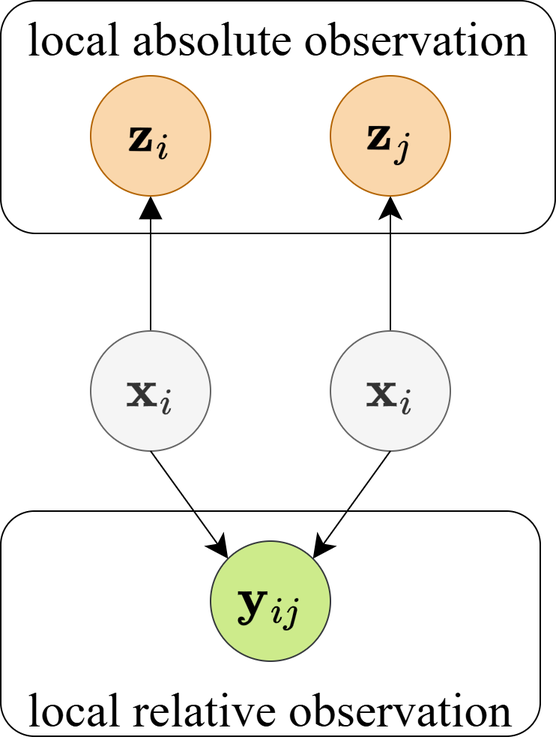
The draw.io diagram TRO.drawio.png in yifan008/drawioSaver, before a commit. Source tidied: cells renumbered, new cells last; positions are measured from the earlier drawing's top-left corner, leaving out a move shared by most shapes.
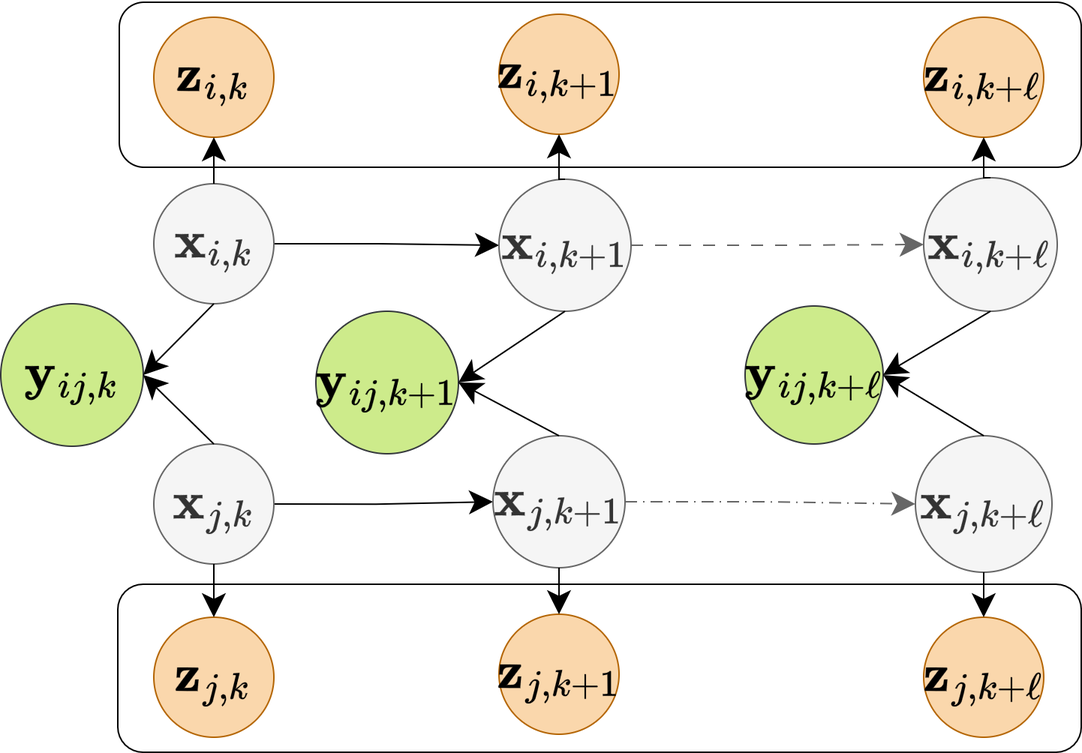
Above is the later version.

Diff of the diagram source:
```diff
@@ -2,41 +2,107 @@
   <root>
     <mxCell id="0" />
     <mxCell id="1" parent="0" />
-    <mxCell id="2" style="group;" parent="1" vertex="1">
-      <mxGeometry width="370" height="490" as="geometry" />
+    <mxCell id="2" style="rounded=1;whiteSpace=wrap;html=1;fillColor=none;" parent="1" vertex="1">
+      <mxGeometry width="642" height="112" as="geometry" />
     </mxCell>
-    <mxCell id="3" value="&lt;span style=&quot;font-family: &amp;quot;Times New Roman&amp;quot;;&quot;&gt;&lt;font style=&quot;font-size: 32px;&quot;&gt;local absolute observation&lt;/font&gt;&lt;/span&gt;&lt;div&gt;&lt;span style=&quot;font-family: &amp;quot;Times New Roman&amp;quot;; font-size: 28px;&quot;&gt;&lt;br&gt;&lt;/span&gt;&lt;/div&gt;&lt;div&gt;&lt;br&gt;&lt;/div&gt;&lt;div&gt;&lt;br&gt;&lt;/div&gt;&lt;div&gt;&lt;br&gt;&lt;/div&gt;&lt;div&gt;&lt;br&gt;&lt;/div&gt;&lt;div&gt;&lt;br&gt;&lt;/div&gt;" style="rounded=1;whiteSpace=wrap;html=1;fillColor=none;" parent="2" vertex="1">
-      <mxGeometry width="370" height="155" as="geometry" />
+    <mxCell id="3" style="rounded=1;whiteSpace=wrap;html=1;fillColor=none;" parent="1" vertex="1">
+      <mxGeometry x="1" y="-388" width="641" height="110" as="geometry" />
     </mxCell>
-    <mxCell id="4" value="&lt;div&gt;&lt;br&gt;&lt;/div&gt;&lt;div&gt;&lt;br&gt;&lt;/div&gt;&lt;div&gt;&lt;br&gt;&lt;/div&gt;&lt;div&gt;&lt;br&gt;&lt;/div&gt;&lt;div&gt;&lt;br&gt;&lt;/div&gt;&lt;div&gt;&lt;br&gt;&lt;/div&gt;&lt;div&gt;&lt;br&gt;&lt;/div&gt;&lt;div&gt;&lt;br&gt;&lt;/div&gt;&lt;div&gt;&lt;font face=&quot;Times New Roman&quot; style=&quot;font-size: 32px;&quot;&gt;local relative observation&lt;/font&gt;&lt;/div&gt;" style="rounded=1;whiteSpace=wrap;html=1;fillColor=none;" parent="2" vertex="1">
-      <mxGeometry y="340" width="360" height="150" as="geometry" />
+    <mxCell id="4" style="edgeStyle=orthogonalEdgeStyle;rounded=0;jettySize=auto;html=1;exitX=1;exitY=0.5;exitDx=0;exitDy=0;entryX=0;entryY=0.5;entryDx=0;entryDy=0;endSize=13;" parent="1" edge="1" source="5" target="16">
+      <mxGeometry relative="1" as="geometry" />
     </mxCell>
-    <mxCell id="5" style="edgeStyle=orthogonalEdgeStyle;rounded=0;jettySize=auto;html=1;exitX=0.5;exitY=0;exitDx=0;exitDy=0;entryX=0.5;entryY=1;entryDx=0;entryDy=0;endArrow=block;endFill=1;strokeWidth=1;endSize=13;" parent="2" edge="1" source="6" target="9">
-      <mxGeometry relative="1" as="geometry" />
+    <mxCell id="5" value="&lt;font style=&quot;font-size: 30px;&quot;&gt;$$\mathbf{x}_{i,k}$$&lt;/font&gt;" style="ellipse;whiteSpace=wrap;html=1;fillColor=#f5f5f5;fontColor=#333333;strokeColor=#666666;" parent="1" vertex="1">
+      <mxGeometry x="24" y="-267" width="80" height="80" as="geometry" />
     </mxCell>
-    <mxCell id="6" value="&lt;font style=&quot;font-size: 30px;&quot;&gt;$$\mathbf{x}_{i}$$&lt;/font&gt;" style="ellipse;whiteSpace=wrap;html=1;fillColor=#f5f5f5;strokeColor=#666666;fontColor=#333333;" parent="2" vertex="1">
-      <mxGeometry x="60" y="220" width="80" height="80" as="geometry" />
+    <mxCell id="6" style="edgeStyle=orthogonalEdgeStyle;rounded=0;jettySize=auto;html=1;exitX=1;exitY=0.5;exitDx=0;exitDy=0;entryX=0;entryY=0.5;entryDx=0;entryDy=0;endSize=13;" parent="1" edge="1" source="7" target="18">
+      <mxGeometry relative="1" as="geometry" />
     </mxCell>
-    <mxCell id="7" style="edgeStyle=orthogonalEdgeStyle;rounded=0;jettySize=auto;html=1;exitX=0.5;exitY=0;exitDx=0;exitDy=0;entryX=0.5;entryY=1;entryDx=0;entryDy=0;endSize=13;" parent="2" edge="1" source="8" target="10">
-      <mxGeometry relative="1" as="geometry" />
+    <mxCell id="7" value="&lt;font style=&quot;font-size: 30px;&quot;&gt;$$\mathbf{x}_{j,k}$$&lt;/font&gt;" style="ellipse;whiteSpace=wrap;html=1;fillColor=#f5f5f5;fontColor=#333333;strokeColor=#666666;" parent="1" vertex="1">
+      <mxGeometry x="24" y="-93.5" width="80" height="80" as="geometry" />
     </mxCell>
-    <mxCell id="8" value="&lt;font style=&quot;font-size: 30px;&quot;&gt;$$\mathbf{x}_{i}$$&lt;/font&gt;" style="ellipse;whiteSpace=wrap;html=1;fillColor=#f5f5f5;strokeColor=#666666;fontColor=#333333;" parent="2" vertex="1">
-      <mxGeometry x="220" y="220" width="80" height="80" as="geometry" />
+    <mxCell id="8" value="&lt;font style=&quot;font-size: 30px;&quot;&gt;$$\mathbf{y}_{ij,k}$$&lt;/font&gt;" style="ellipse;whiteSpace=wrap;html=1;fillColor=#cdeb8b;strokeColor=#36393d;" parent="1" vertex="1">
+      <mxGeometry x="-78" y="-187" width="95" height="95" as="geometry" />
     </mxCell>
-    <mxCell id="9" value="&lt;font style=&quot;font-size: 30px;&quot;&gt;$$\mathbf{z}_{i}$$&lt;/font&gt;" style="ellipse;whiteSpace=wrap;html=1;fillColor=#fad7ac;strokeColor=#b46504;" parent="2" vertex="1">
-      <mxGeometry x="60" y="50" width="80" height="80" as="geometry" />
+    <mxCell id="9" value="&lt;font style=&quot;font-size: 30px;&quot;&gt;$$\mathbf{z}_{i,k}$$&lt;/font&gt;" style="ellipse;whiteSpace=wrap;html=1;fillColor=#fad7ac;strokeColor=#b46504;" parent="1" vertex="1">
+      <mxGeometry x="24" y="-378" width="80" height="80" as="geometry" />
     </mxCell>
-    <mxCell id="10" value="&lt;font style=&quot;font-size: 30px;&quot;&gt;$$\mathbf{z}_{j}$$&lt;/font&gt;" style="ellipse;whiteSpace=wrap;html=1;fillColor=#fad7ac;strokeColor=#b46504;" parent="2" vertex="1">
-      <mxGeometry x="220" y="50" width="80" height="80" as="geometry" />
+    <mxCell id="10" value="&lt;font style=&quot;font-size: 30px;&quot;&gt;$$\mathbf{z}_{j,k}$$&lt;/font&gt;" style="ellipse;whiteSpace=wrap;html=1;fillColor=#fad7ac;strokeColor=#b46504;" parent="1" vertex="1">
+      <mxGeometry x="24" y="22" width="80" height="80" as="geometry" />
     </mxCell>
-    <mxCell id="11" value="&lt;font style=&quot;font-size: 30px;&quot;&gt;$$\mathbf{y}_{ij}$$&lt;/font&gt;" style="ellipse;whiteSpace=wrap;html=1;fillColor=#cdeb8b;strokeColor=#36393d;" parent="2" vertex="1">
-      <mxGeometry x="140" y="360" width="80" height="80" as="geometry" />
+    <mxCell id="11" style="edgeStyle=orthogonalEdgeStyle;rounded=0;jettySize=auto;html=1;exitX=0.5;exitY=0;exitDx=0;exitDy=0;entryX=0.5;entryY=1;entryDx=0;entryDy=0;endSize=13;" parent="1" edge="1" source="5" target="9">
+      <mxGeometry relative="1" as="geometry" />
     </mxCell>
-    <mxCell id="12" style="endArrow=classic;html=1;rounded=0;exitX=0.5;exitY=1;exitDx=0;exitDy=0;entryX=0;entryY=0;entryDx=0;entryDy=0;endSize=13;" parent="2" edge="1" source="6" target="11">
+    <mxCell id="12" style="edgeStyle=orthogonalEdgeStyle;rounded=0;jettySize=auto;html=1;exitX=0.5;exitY=1;exitDx=0;exitDy=0;endSize=13;entryX=0.5;entryY=0;entryDx=0;entryDy=0;" parent="1" edge="1" source="7" target="10">
       <mxGeometry relative="1" as="geometry" />
     </mxCell>
-    <mxCell id="13" style="endArrow=classic;html=1;rounded=0;exitX=0.5;exitY=1;exitDx=0;exitDy=0;entryX=1;entryY=0;entryDx=0;entryDy=0;endSize=13;" parent="2" edge="1" source="8" target="11">
+    <mxCell id="13" style="endArrow=classic;html=1;rounded=0;exitX=0.5;exitY=1;exitDx=0;exitDy=0;entryX=1;entryY=0.5;entryDx=0;entryDy=0;endSize=13;" parent="1" edge="1" source="5" target="8">
       <mxGeometry relative="1" as="geometry" />
     </mxCell>
+    <mxCell id="14" style="endArrow=classic;html=1;rounded=0;exitX=0.5;exitY=0;exitDx=0;exitDy=0;entryX=1;entryY=0.5;entryDx=0;entryDy=0;endSize=13;" parent="1" edge="1" source="7" target="8">
+      <mxGeometry relative="1" as="geometry" />
+    </mxCell>
+    <mxCell id="15" style="edgeStyle=orthogonalEdgeStyle;rounded=0;jettySize=auto;html=1;exitX=1;exitY=0.5;exitDx=0;exitDy=0;entryX=0;entryY=0.5;entryDx=0;entryDy=0;endSize=13;dashed=1;strokeColor=#666666;dashPattern=8 8;fillColor=#f5f5f5;" parent="1" edge="1" source="16" target="26">
+      <mxGeometry relative="1" as="geometry" />
+    </mxCell>
+    <mxCell id="16" value="&lt;font style=&quot;font-size: 30px;&quot;&gt;$$\mathbf{x}_{i,k+1}$$&lt;/font&gt;" style="ellipse;whiteSpace=wrap;html=1;fillColor=#f5f5f5;fontColor=#333333;strokeColor=#666666;" parent="1" vertex="1">
+      <mxGeometry x="254" y="-270" width="88" height="88" as="geometry" />
+    </mxCell>
+    <mxCell id="17" style="edgeStyle=orthogonalEdgeStyle;rounded=0;jettySize=auto;html=1;exitX=1;exitY=0.5;exitDx=0;exitDy=0;entryX=0;entryY=0.5;entryDx=0;entryDy=0;endSize=13;dashed=1;fillColor=#f5f5f5;strokeColor=#666666;dashPattern=8 4 1 4;" parent="1" edge="1" source="18" target="27">
+      <mxGeometry relative="1" as="geometry" />
+    </mxCell>
+    <mxCell id="18" value="&lt;font style=&quot;font-size: 30px;&quot;&gt;$$\mathbf{x}_{j,k+1}$$&lt;/font&gt;" style="ellipse;whiteSpace=wrap;html=1;fillColor=#f5f5f5;fontColor=#333333;strokeColor=#666666;" parent="1" vertex="1">
+      <mxGeometry x="250" y="-99" width="88" height="88" as="geometry" />
+    </mxCell>
+    <mxCell id="19" value="&lt;font style=&quot;font-size: 30px;&quot;&gt;$$\mathbf{y}_{ij,k+1}$$&lt;/font&gt;" style="ellipse;whiteSpace=wrap;html=1;fillColor=#cdeb8b;strokeColor=#36393d;" parent="1" vertex="1">
+      <mxGeometry x="132" y="-182" width="95" height="95" as="geometry" />
+    </mxCell>
+    <mxCell id="20" value="&lt;font style=&quot;font-size: 30px;&quot;&gt;$$\mathbf{z}_{i,k+1}$$&lt;/font&gt;" style="ellipse;whiteSpace=wrap;html=1;fillColor=#fad7ac;strokeColor=#b46504;" parent="1" vertex="1">
+      <mxGeometry x="254" y="-380" width="80" height="80" as="geometry" />
+    </mxCell>
+    <mxCell id="21" value="&lt;font style=&quot;font-size: 30px;&quot;&gt;$$\mathbf{z}_{j,k+1}$$&lt;/font&gt;" style="ellipse;whiteSpace=wrap;html=1;fillColor=#fad7ac;strokeColor=#b46504;" parent="1" vertex="1">
+      <mxGeometry x="254" y="20" width="80" height="80" as="geometry" />
+    </mxCell>
+    <mxCell id="22" style="edgeStyle=orthogonalEdgeStyle;rounded=0;jettySize=auto;html=1;exitX=0.5;exitY=0;exitDx=0;exitDy=0;entryX=0.5;entryY=1;entryDx=0;entryDy=0;endSize=13;" parent="1" edge="1" source="16" target="20">
+      <mxGeometry relative="1" as="geometry" />
+    </mxCell>
+    <mxCell id="23" style="edgeStyle=orthogonalEdgeStyle;rounded=0;jettySize=auto;html=1;exitX=0.5;exitY=1;exitDx=0;exitDy=0;endSize=13;entryX=0.5;entryY=0;entryDx=0;entryDy=0;" parent="1" edge="1" source="18" target="21">
+      <mxGeometry relative="1" as="geometry" />
+    </mxCell>
+    <mxCell id="24" style="endArrow=classic;html=1;rounded=0;exitX=0.5;exitY=1;exitDx=0;exitDy=0;entryX=1;entryY=0.5;entryDx=0;entryDy=0;endSize=13;" parent="1" edge="1" source="16" target="19">
+      <mxGeometry relative="1" as="geometry" />
+    </mxCell>
+    <mxCell id="25" style="endArrow=classic;html=1;rounded=0;exitX=0.5;exitY=0;exitDx=0;exitDy=0;entryX=1;entryY=0.5;entryDx=0;entryDy=0;endSize=13;" parent="1" edge="1" source="18" target="19">
+      <mxGeometry relative="1" as="geometry" />
+    </mxCell>
+    <mxCell id="26" value="&lt;font style=&quot;font-size: 30px;&quot;&gt;$$\mathbf{x}_{i,k+\ell}$$&lt;/font&gt;" style="ellipse;whiteSpace=wrap;html=1;fillColor=#f5f5f5;fontColor=#333333;strokeColor=#666666;" parent="1" vertex="1">
+      <mxGeometry x="537" y="-271" width="89" height="89" as="geometry" />
+    </mxCell>
+    <mxCell id="27" value="&lt;font style=&quot;font-size: 30px;&quot;&gt;$$\mathbf{x}_{j,k+\ell}$$&lt;/font&gt;" style="ellipse;whiteSpace=wrap;html=1;fillColor=#f5f5f5;fontColor=#333333;strokeColor=#666666;" parent="1" vertex="1">
+      <mxGeometry x="531.5" y="-99" width="91" height="91" as="geometry" />
+    </mxCell>
+    <mxCell id="28" value="&lt;font style=&quot;font-size: 30px;&quot;&gt;$$\mathbf{y}_{ij,k+\ell}$$&lt;/font&gt;" style="ellipse;whiteSpace=wrap;html=1;fillColor=#cdeb8b;strokeColor=#36393d;" parent="1" vertex="1">
+      <mxGeometry x="418" y="-185.5" width="92" height="92" as="geometry" />
+    </mxCell>
+    <mxCell id="29" value="&lt;font style=&quot;font-size: 30px;&quot;&gt;$$\mathbf{z}_{i,k+\ell}$$&lt;/font&gt;" style="ellipse;whiteSpace=wrap;html=1;fillColor=#fad7ac;strokeColor=#b46504;" parent="1" vertex="1">
+      <mxGeometry x="537" y="-378" width="80" height="80" as="geometry" />
+    </mxCell>
+    <mxCell id="30" value="&lt;font style=&quot;font-size: 30px;&quot;&gt;$$\mathbf{z}_{j,k+\ell}$$&lt;/font&gt;" style="ellipse;whiteSpace=wrap;html=1;fillColor=#fad7ac;strokeColor=#b46504;" parent="1" vertex="1">
+      <mxGeometry x="537" y="22" width="80" height="80" as="geometry" />
+    </mxCell>
+    <mxCell id="31" style="edgeStyle=orthogonalEdgeStyle;rounded=0;jettySize=auto;html=1;exitX=0.5;exitY=0;exitDx=0;exitDy=0;entryX=0.5;entryY=1;entryDx=0;entryDy=0;endSize=13;" parent="1" edge="1" source="26" target="29">
+      <mxGeometry relative="1" as="geometry" />
+    </mxCell>
+    <mxCell id="32" style="edgeStyle=orthogonalEdgeStyle;rounded=0;jettySize=auto;html=1;exitX=0.5;exitY=1;exitDx=0;exitDy=0;endSize=13;entryX=0.5;entryY=0;entryDx=0;entryDy=0;" parent="1" edge="1" source="27" target="30">
+      <mxGeometry relative="1" as="geometry" />
+    </mxCell>
+    <mxCell id="33" style="endArrow=classic;html=1;rounded=0;exitX=0.5;exitY=1;exitDx=0;exitDy=0;entryX=1;entryY=0.5;entryDx=0;entryDy=0;endSize=13;" parent="1" edge="1" source="26" target="28">
+      <mxGeometry relative="1" as="geometry" />
+    </mxCell>
+    <mxCell id="34" style="endArrow=classic;html=1;rounded=0;exitX=0.5;exitY=0;exitDx=0;exitDy=0;entryX=1;entryY=0.5;entryDx=0;entryDy=0;endSize=13;" parent="1" edge="1" source="27" target="28">
+      <mxGeometry relative="1" as="geometry" />
+    </mxCell>
+    <mxCell id="35" style="edgeStyle=orthogonalEdgeStyle;rounded=0;orthogonalLoop=1;jettySize=auto;html=1;exitX=0.5;exitY=1;exitDx=0;exitDy=0;" parent="1" edge="1" source="19" target="19">
+      <mxGeometry relative="1" as="geometry" />
+    </mxCell>
   </root>
 </mxGraphModel>
```
